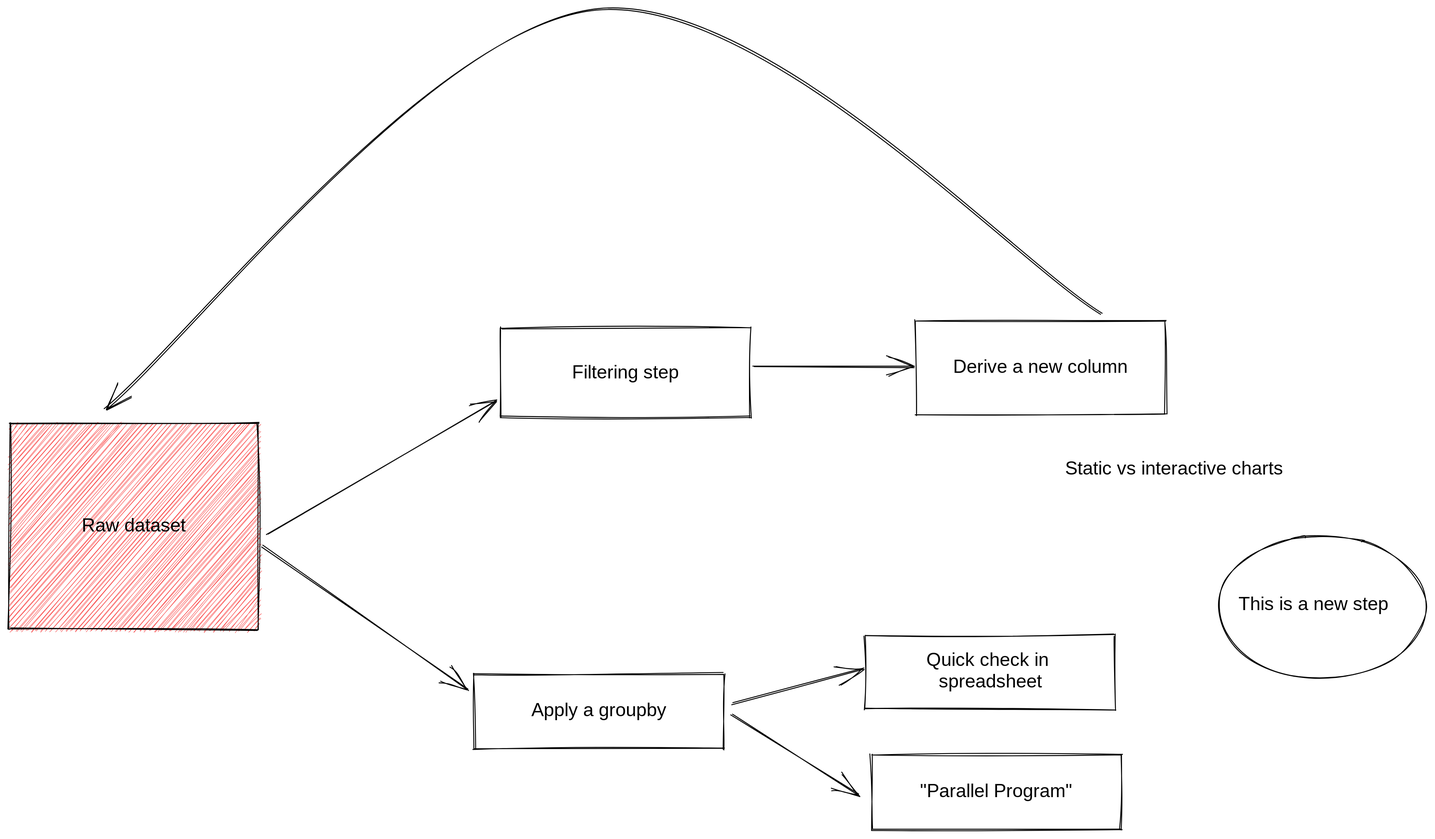
Before: diagrams/1_sample-diagram.excalidraw.svg, a diagram exported from Excalidraw (hydrosquall/bridging-the-code-click-gap). Source tidied: one line per element, renumbered; positions are measured from the earlier drawing's top-left corner, leaving out a move shared by most shapes.
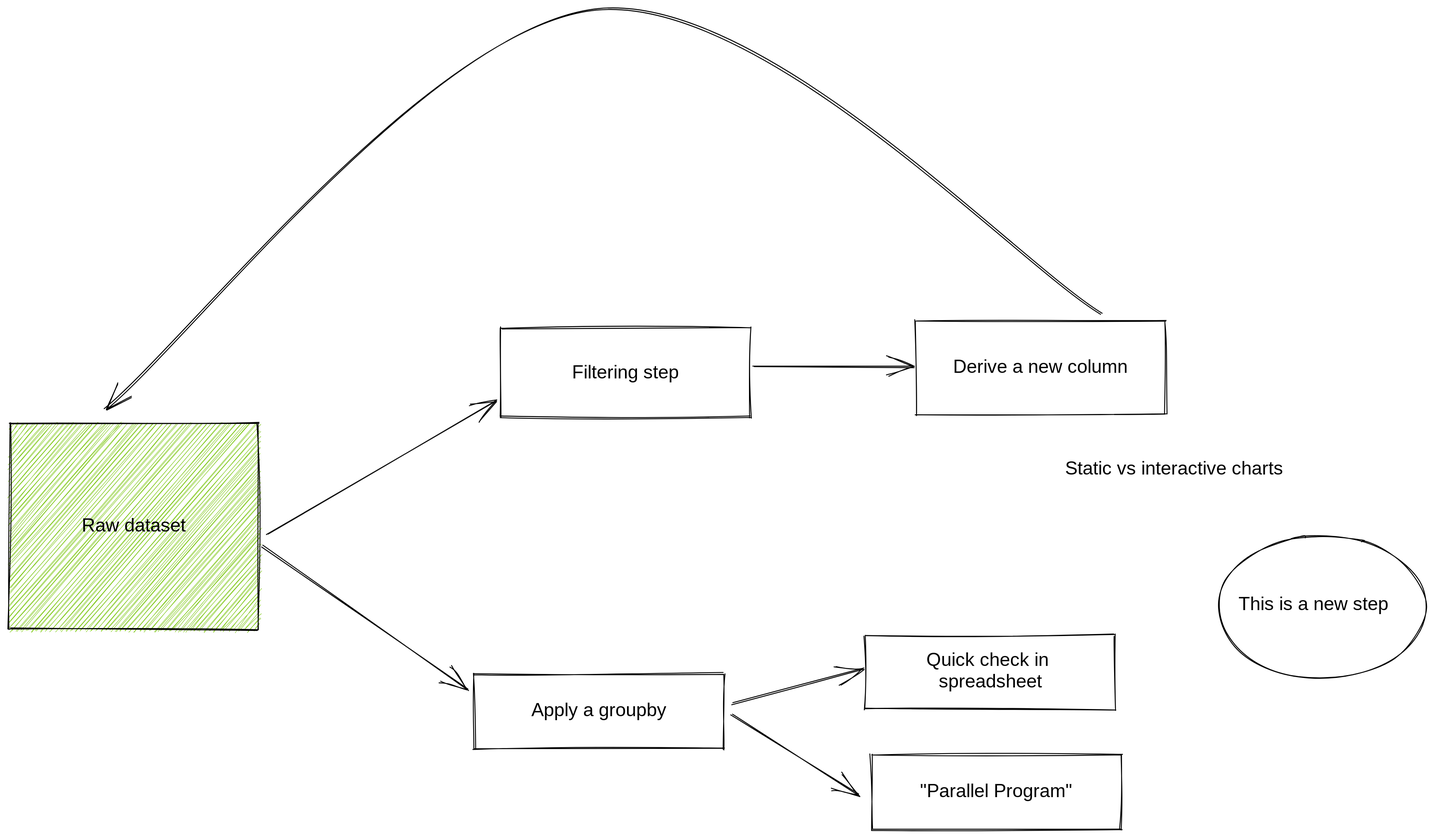
After the commit.

Commit message:
color-code-change: red-to-green

The edit, as a diff of the source:
```diff
@@ -1,4 +1,4 @@
-{"id": 0, "type": "rectangle", "strokeColor": "#000000", "backgroundColor": "#fa5252", "fillStyle": "hachure", "strokeWidth": 1, "roughness": 1, "x": 0, "y": 444, "width": 267, "height": 221}
+{"id": 0, "type": "rectangle", "strokeColor": "#000000", "backgroundColor": "#82c91e", "fillStyle": "hachure", "strokeWidth": 1, "roughness": 1, "x": 0, "y": 444, "width": 267, "height": 221}
 {"id": 1, "type": "text", "text": "Raw dataset", "strokeColor": "#000000", "strokeWidth": 1, "roughness": 1, "fontSize": 20, "fontFamily": 1, "textAlign": "center", "verticalAlign": "middle", "inside": 0, "x": 5, "y": 543, "width": 257, "height": 23}
 {"id": 2, "type": "rectangle", "strokeColor": "#000000", "strokeWidth": 1, "roughness": 1, "x": 528, "y": 342, "width": 268, "height": 96}
 {"id": 3, "type": "text", "text": "Filtering step", "strokeColor": "#000000", "strokeWidth": 1, "roughness": 1, "fontSize": 20, "fontFamily": 1, "textAlign": "center", "verticalAlign": "middle", "inside": 2, "x": 533, "y": 378, "width": 258, "height": 23}
```
